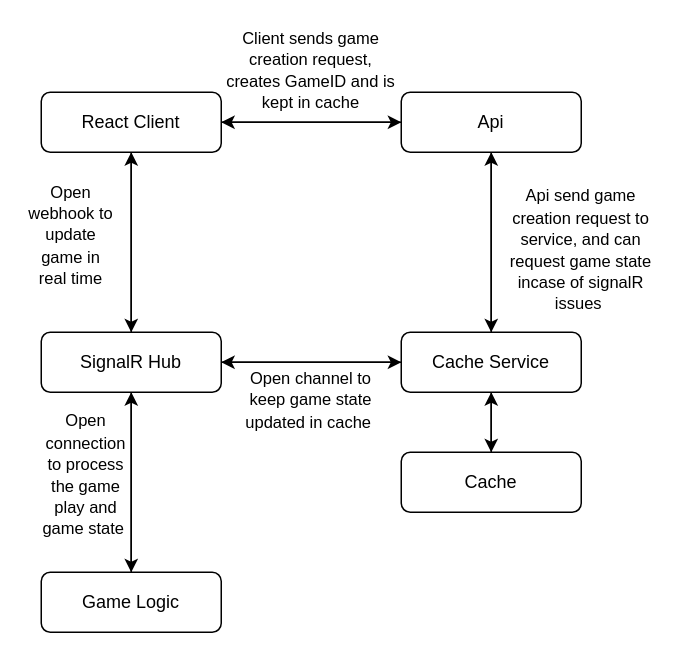
Before: ThePigGameDiagram.drawio in puggyshugs/PassThePigs, a draw.io diagram. Source tidied: cells renumbered, new cells numbered last; positions are measured from the earlier drawing's top-left corner, leaving out a move shared by most shapes. Both pictures are drawn from the tidied source at 150%, with x=0, y=0 at pixel (26, 32).
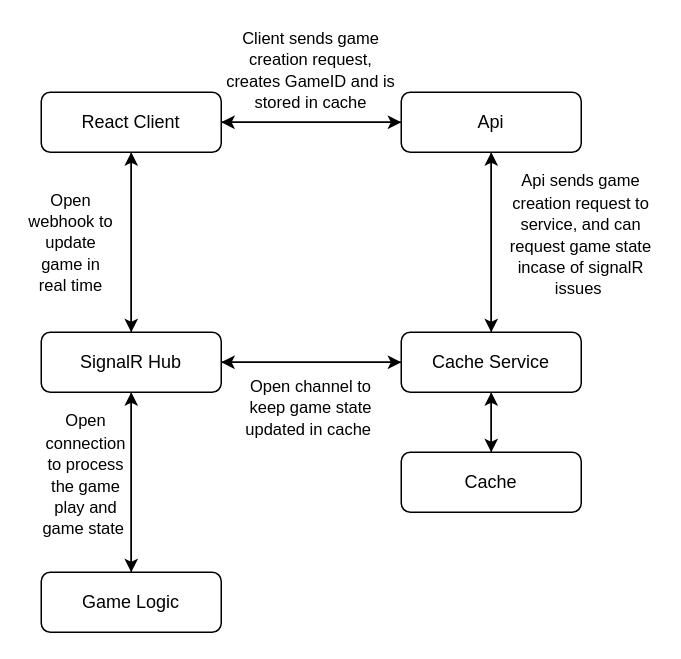
After the change.

Commit message:
update sizing on diagram

Diff of the diagram source:
```diff
@@
-    <mxCell id="20" value="&lt;font style=&quot;font-size: 11px;&quot;&gt;Client sends game creation request, creates GameID and is kept in cache&lt;/font&gt;" style="text;html=1;align=center;verticalAlign=middle;whiteSpace=wrap;rounded=0;" parent="1" vertex="1">
+    <mxCell id="20" value="&lt;font style=&quot;font-size: 11px;&quot;&gt;Client sends game creation request, creates GameID and is stored in cache&lt;/font&gt;" style="text;html=1;align=center;verticalAlign=middle;whiteSpace=wrap;rounded=0;" parent="1" vertex="1">
       <mxGeometry x="130" width="120" height="50" as="geometry" />
     </mxCell>
-    <mxCell id="21" value="&lt;font style=&quot;font-size: 11px;&quot;&gt;Api send game creation request to service, and can request game state incase of signalR issues&amp;nbsp;&lt;/font&gt;" style="text;html=1;align=center;verticalAlign=middle;whiteSpace=wrap;rounded=0;" parent="1" vertex="1">
-      <mxGeometry x="320" y="130" width="100" height="30" as="geometry" />
+    <mxCell id="21" value="&lt;font style=&quot;font-size: 11px;&quot;&gt;Api sends game creation request to service, and can request game state incase of signalR issues&amp;nbsp;&lt;/font&gt;" style="text;html=1;align=center;verticalAlign=middle;whiteSpace=wrap;rounded=0;" parent="1" vertex="1">
+      <mxGeometry x="320" y="90" width="100" height="90" as="geometry" />
     </mxCell>
     <mxCell id="22" value="&lt;font style=&quot;font-size: 11px;&quot;&gt;Open webhook to update game in real time&lt;/font&gt;" style="text;html=1;align=center;verticalAlign=middle;whiteSpace=wrap;rounded=0;" parent="1" vertex="1">
-      <mxGeometry y="120" width="60" height="30" as="geometry" />
+      <mxGeometry y="90" width="60" height="100" as="geometry" />
     </mxCell>
     <mxCell id="23" value="&lt;font style=&quot;font-size: 11px;&quot;&gt;Open connection to process the game play and game state&amp;nbsp;&lt;/font&gt;" style="text;html=1;align=center;verticalAlign=middle;whiteSpace=wrap;rounded=0;" parent="1" vertex="1">
-      <mxGeometry x="10" y="280" width="60" height="30" as="geometry" />
+      <mxGeometry x="10" y="240" width="60" height="110" as="geometry" />
     </mxCell>
     <mxCell id="24" value="&lt;font style=&quot;font-size: 11px;&quot;&gt;Open channel to keep game state updated in cache&amp;nbsp;&lt;/font&gt;" style="text;html=1;align=center;verticalAlign=middle;whiteSpace=wrap;rounded=0;" parent="1" vertex="1">
-      <mxGeometry x="140" y="220" width="100" height="50" as="geometry" />
+      <mxGeometry x="140" y="220" width="100" height="60" as="geometry" />
     </mxCell>
```
